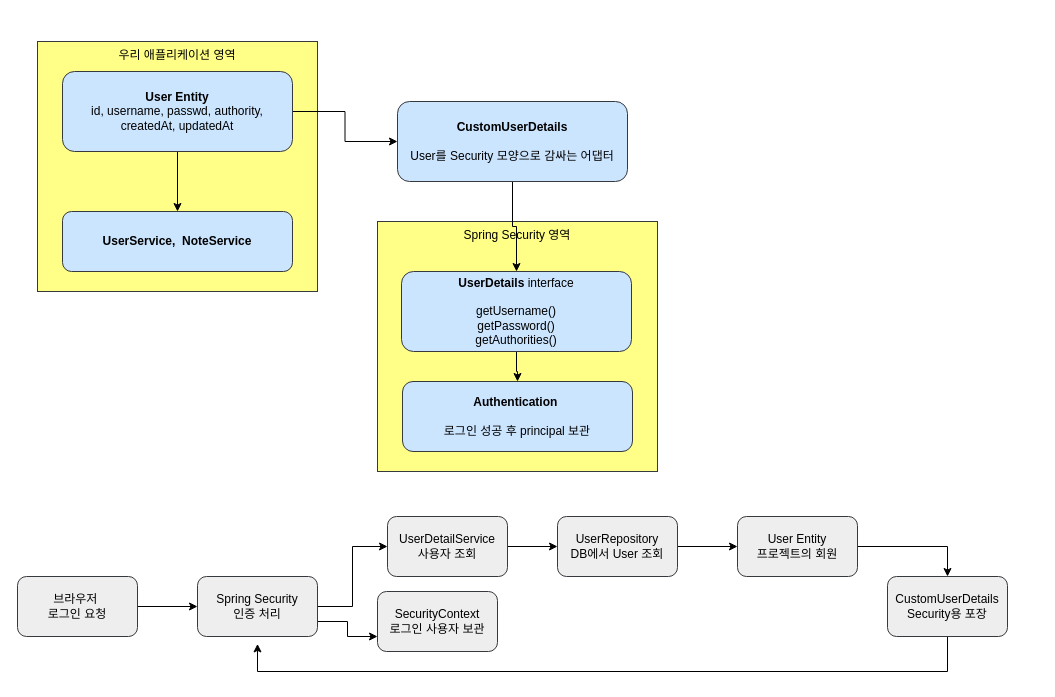
Earlier version of the draw.io diagram page "User와 UserDetails" (3 of 4) of Phase4_Spring/02_SpringNote/spring-security.drawio (jfbootcamp/jf-job-prep-bootcamp). Source tidied: cells renumbered, new cells numbered last; positions are measured from the earlier drawing's top-left corner, leaving out a move shared by most shapes. Both pictures are drawn from the tidied source at 100%, with x=0, y=0 at pixel (17, 41).
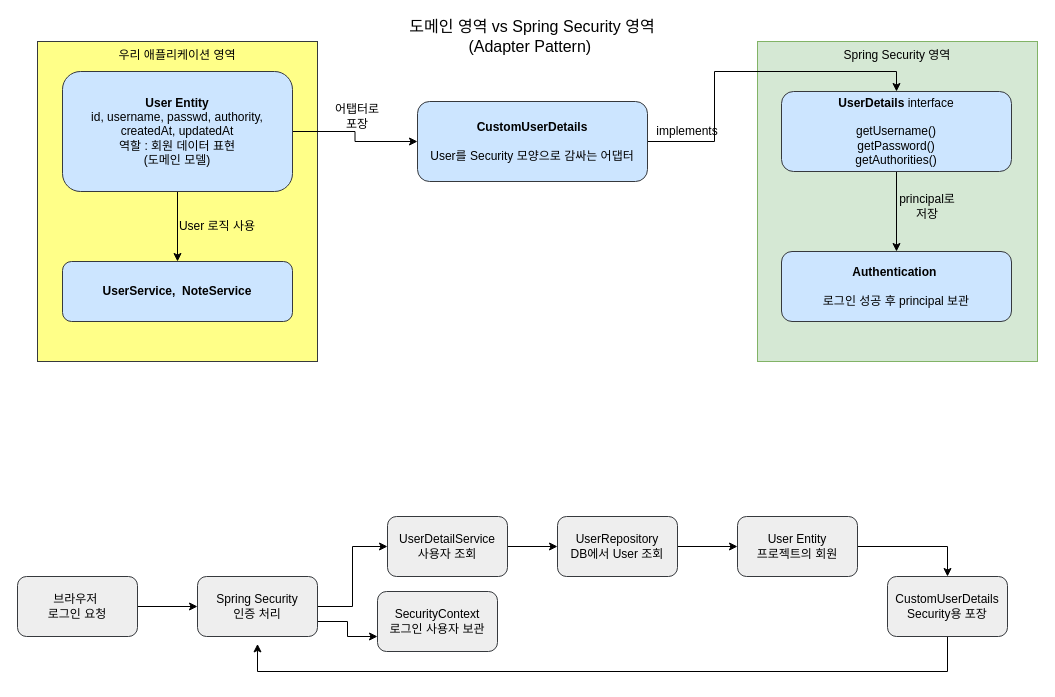
The same diagram, later.

The edit, as a diff of the source:
```diff
@@
     <mxCell id="2" value="우리 애플리케이션 영역" style="rounded=0;whiteSpace=wrap;html=1;fillColor=#ffff88;strokeColor=#36393d;verticalAlign=top;" parent="1" vertex="1">
-      <mxGeometry x="20" width="280" height="250" as="geometry" />
+      <mxGeometry x="20" width="280" height="320" as="geometry" />
     </mxCell>
@@
-    <mxCell id="5" value="&lt;b&gt;User Entity&lt;/b&gt;&lt;div&gt;id, username, passwd, authority,&lt;/div&gt;&lt;div&gt;createdAt, updatedAt&lt;/div&gt;" style="rounded=1;whiteSpace=wrap;html=1;fillColor=#cce5ff;strokeColor=#36393d;" parent="1" vertex="1">
-      <mxGeometry x="45" y="30" width="230" height="80" as="geometry" />
+    <mxCell id="5" value="&lt;b&gt;User Entity&lt;/b&gt;&lt;div&gt;id, username, passwd, authority,&lt;/div&gt;&lt;div&gt;createdAt, updatedAt&lt;/div&gt;&lt;div&gt;역할 : 회원 데이터 표현&lt;/div&gt;&lt;div&gt;(도메인 모델)&lt;/div&gt;" style="rounded=1;whiteSpace=wrap;html=1;fillColor=#cce5ff;strokeColor=#36393d;" parent="1" vertex="1">
+      <mxGeometry x="45" y="30" width="230" height="120" as="geometry" />
     </mxCell>
     <mxCell id="6" value="&lt;b&gt;UserService,&amp;nbsp; NoteService&lt;/b&gt;" style="rounded=1;whiteSpace=wrap;html=1;fillColor=#cce5ff;strokeColor=#36393d;" parent="1" vertex="1">
-      <mxGeometry x="45" y="170" width="230" height="60" as="geometry" />
+      <mxGeometry x="45" y="220" width="230" height="60" as="geometry" />
     </mxCell>
-    <mxCell id="7" value="Spring Security 영역" style="rounded=0;whiteSpace=wrap;html=1;fillColor=#ffff88;strokeColor=#36393d;verticalAlign=top;" parent="1" vertex="1">
-      <mxGeometry x="360" y="180" width="280" height="250" as="geometry" />
+    <mxCell id="7" value="Spring Security 영역" style="rounded=0;whiteSpace=wrap;html=1;fillColor=#d5e8d4;strokeColor=#82b366;verticalAlign=top;" parent="1" vertex="1">
+      <mxGeometry x="740" width="280" height="320" as="geometry" />
     </mxCell>
@@
     <mxCell id="9" value="&lt;div&gt;&lt;b&gt;UserDetails &lt;/b&gt;interface&lt;/div&gt;&lt;div&gt;&lt;br&gt;&lt;/div&gt;&lt;div&gt;getUsername()&lt;/div&gt;&lt;div&gt;getPassword()&lt;/div&gt;&lt;div&gt;getAuthorities()&lt;/div&gt;" style="rounded=1;whiteSpace=wrap;html=1;fillColor=#cce5ff;strokeColor=#36393d;" parent="1" vertex="1">
-      <mxGeometry x="384" y="230" width="230" height="80" as="geometry" />
+      <mxGeometry x="764" y="50" width="230" height="80" as="geometry" />
     </mxCell>
@@
     <mxCell id="11" value="&lt;div&gt;&lt;b&gt;CustomUserDetails&lt;/b&gt;&lt;/div&gt;&lt;div&gt;&lt;br&gt;&lt;/div&gt;&lt;div&gt;User를 Security 모양으로 감싸는 어댑터&lt;/div&gt;" style="rounded=1;whiteSpace=wrap;html=1;fillColor=#cce5ff;strokeColor=#36393d;" parent="1" vertex="1">
-      <mxGeometry x="380" y="60" width="230" height="80" as="geometry" />
+      <mxGeometry x="400" y="60" width="230" height="80" as="geometry" />
     </mxCell>
     <mxCell id="12" value="&lt;div&gt;&lt;span style=&quot;background-color: transparent;&quot;&gt;&lt;b&gt;Authentication&amp;nbsp;&lt;/b&gt;&lt;/span&gt;&lt;/div&gt;&lt;div&gt;&lt;br&gt;&lt;/div&gt;&lt;div&gt;로그인 성공 후 principal 보관&lt;/div&gt;" style="rounded=1;whiteSpace=wrap;html=1;fillColor=#cce5ff;strokeColor=#36393d;" parent="1" vertex="1">
-      <mxGeometry x="385" y="340" width="230" height="70" as="geometry" />
+      <mxGeometry x="764" y="210" width="230" height="70" as="geometry" />
     </mxCell>
@@
+    <mxCell id="27" value="도메인 영역 vs Spring Security 영역&lt;div&gt;(Adapter Pattern)&amp;nbsp;&lt;/div&gt;" style="text;html=1;whiteSpace=wrap;strokeColor=none;fillColor=none;align=center;verticalAlign=middle;rounded=0;fontSize=16;" parent="1" vertex="1">
+      <mxGeometry x="350" y="-20" width="330" height="30" as="geometry" />
+    </mxCell>
+    <mxCell id="28" value="User 로직 사용" style="text;html=1;whiteSpace=wrap;strokeColor=none;fillColor=none;align=center;verticalAlign=middle;rounded=0;" parent="1" vertex="1">
+      <mxGeometry x="160" y="170" width="80" height="30" as="geometry" />
+    </mxCell>
+    <mxCell id="29" value="어탭터로 포장" style="text;html=1;whiteSpace=wrap;strokeColor=none;fillColor=none;align=center;verticalAlign=middle;rounded=0;" parent="1" vertex="1">
+      <mxGeometry x="310" y="60" width="60" height="30" as="geometry" />
+    </mxCell>
+    <mxCell id="30" value="implements" style="text;html=1;whiteSpace=wrap;strokeColor=none;fillColor=none;align=center;verticalAlign=middle;rounded=0;" parent="1" vertex="1">
+      <mxGeometry x="640" y="75" width="60" height="30" as="geometry" />
+    </mxCell>
+    <mxCell id="31" value="principal로 저장" style="text;html=1;whiteSpace=wrap;strokeColor=none;fillColor=none;align=center;verticalAlign=middle;rounded=0;" parent="1" vertex="1">
+      <mxGeometry x="880" y="150" width="60" height="30" as="geometry" />
+    </mxCell>
```
